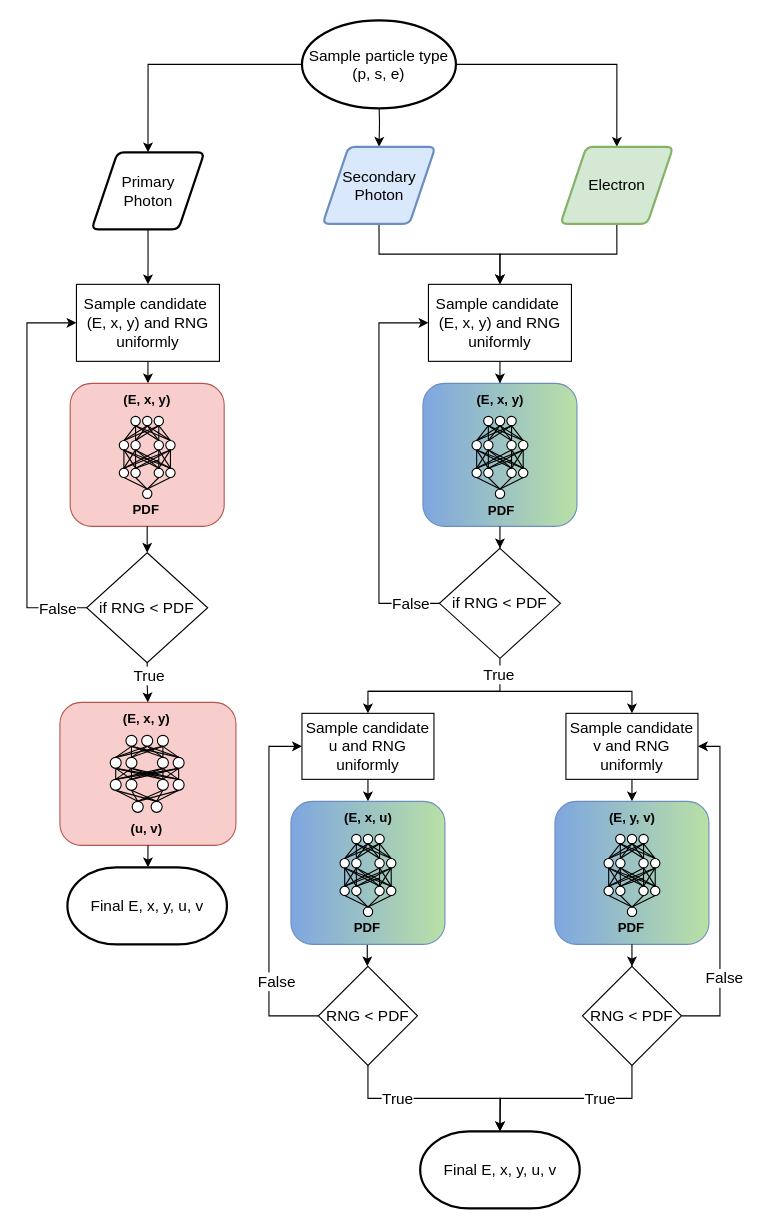
This is aapm_mc_inr.drawio from vengjean/drawings, a draw.io file, before an edit. Source tidied: cells renumbered, new cells numbered last; positions are measured from the earlier drawing's top-left corner, leaving out a move shared by most shapes. Both pictures are drawn from the tidied source at 110%, with x=0, y=0 at pixel (26, 20).
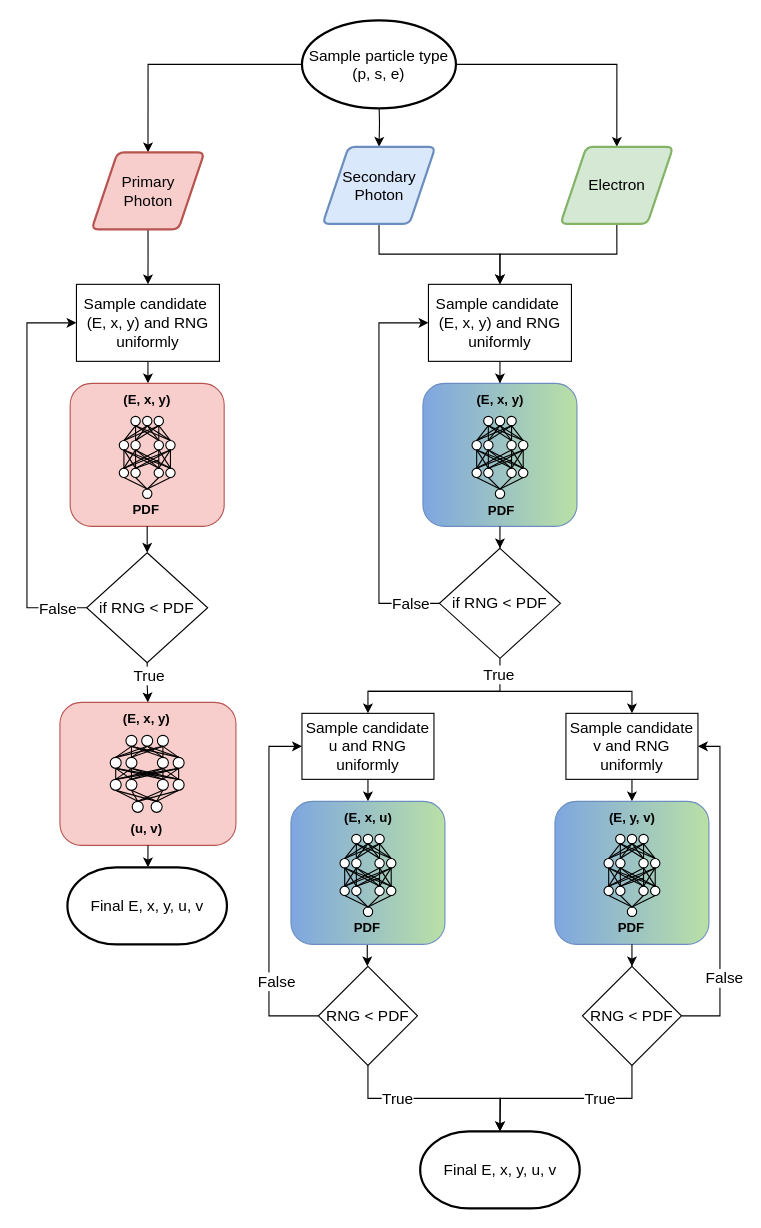
The same diagram, later.

The edit, as a diff of the source:
```diff
@@
-    <mxCell id="43" value="&lt;font style=&quot;font-size: 14px;&quot;&gt;Primary&lt;/font&gt;&lt;div&gt;&lt;font style=&quot;font-size: 14px;&quot;&gt;Photon&lt;/font&gt;&lt;/div&gt;" style="shape=parallelogram;html=1;strokeWidth=2;perimeter=parallelogramPerimeter;whiteSpace=wrap;rounded=1;arcSize=12;size=0.23;" parent="1" vertex="1">
+    <mxCell id="43" value="&lt;font style=&quot;font-size: 14px;&quot;&gt;Primary&lt;/font&gt;&lt;div&gt;&lt;font style=&quot;font-size: 14px;&quot;&gt;Photon&lt;/font&gt;&lt;/div&gt;" style="shape=parallelogram;html=1;strokeWidth=2;perimeter=parallelogramPerimeter;whiteSpace=wrap;rounded=1;arcSize=12;size=0.23;fillColor=#f8cecc;strokeColor=#b85450;" parent="1" vertex="1">
       <mxGeometry x="58.8" y="120" width="102.5" height="70" as="geometry" />
     </mxCell>
```
